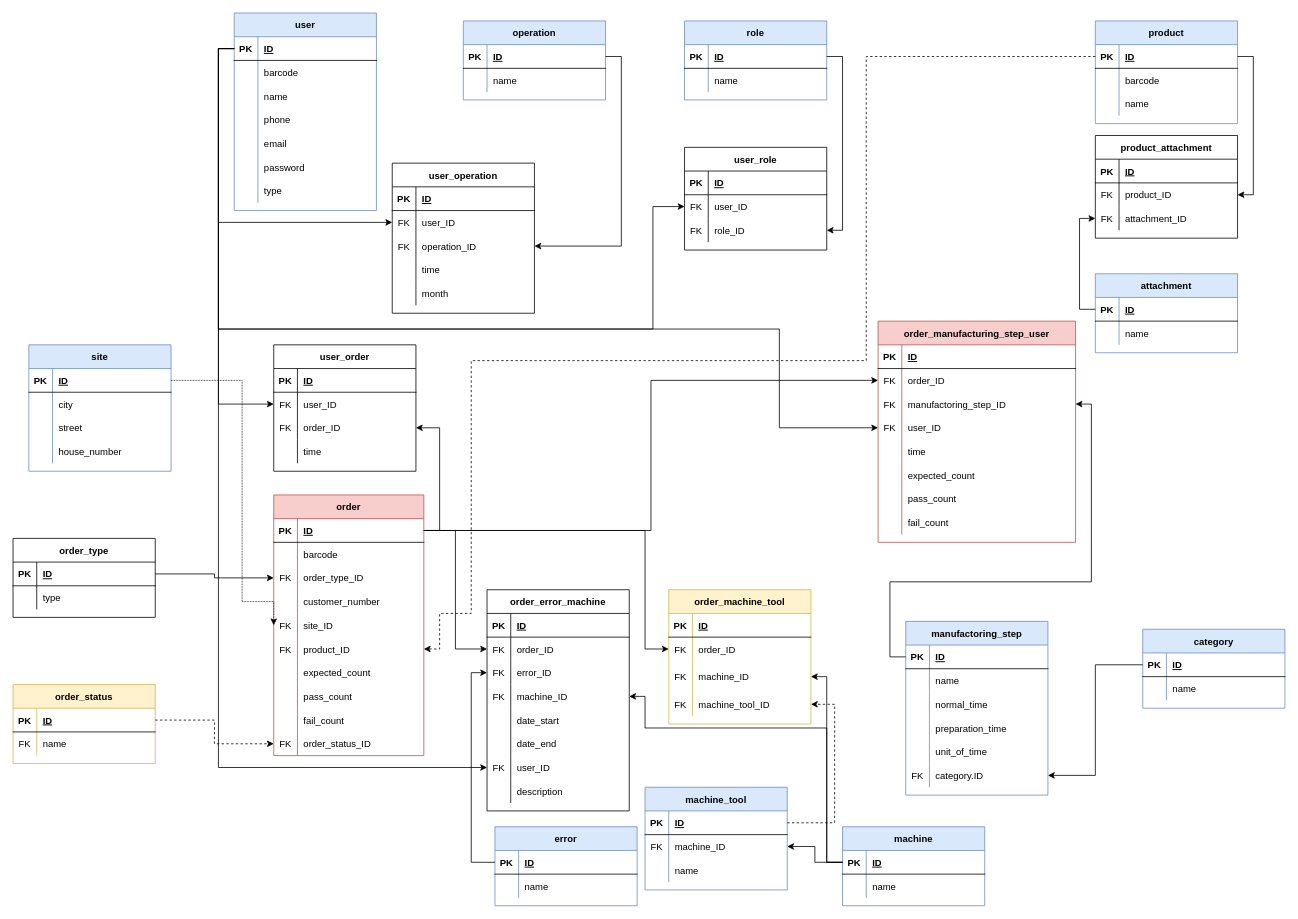
This is DOC/diagrams/database_plan_2_0_0.drawio from KerteszZoltan/mesterminal, a draw.io file, before an edit. Source tidied: cells renumbered, new cells numbered last; positions are measured from the earlier drawing's top-left corner, leaving out a move shared by most shapes. Both pictures are drawn from the tidied source at 79%, with x=0, y=0 at pixel (13, 13).
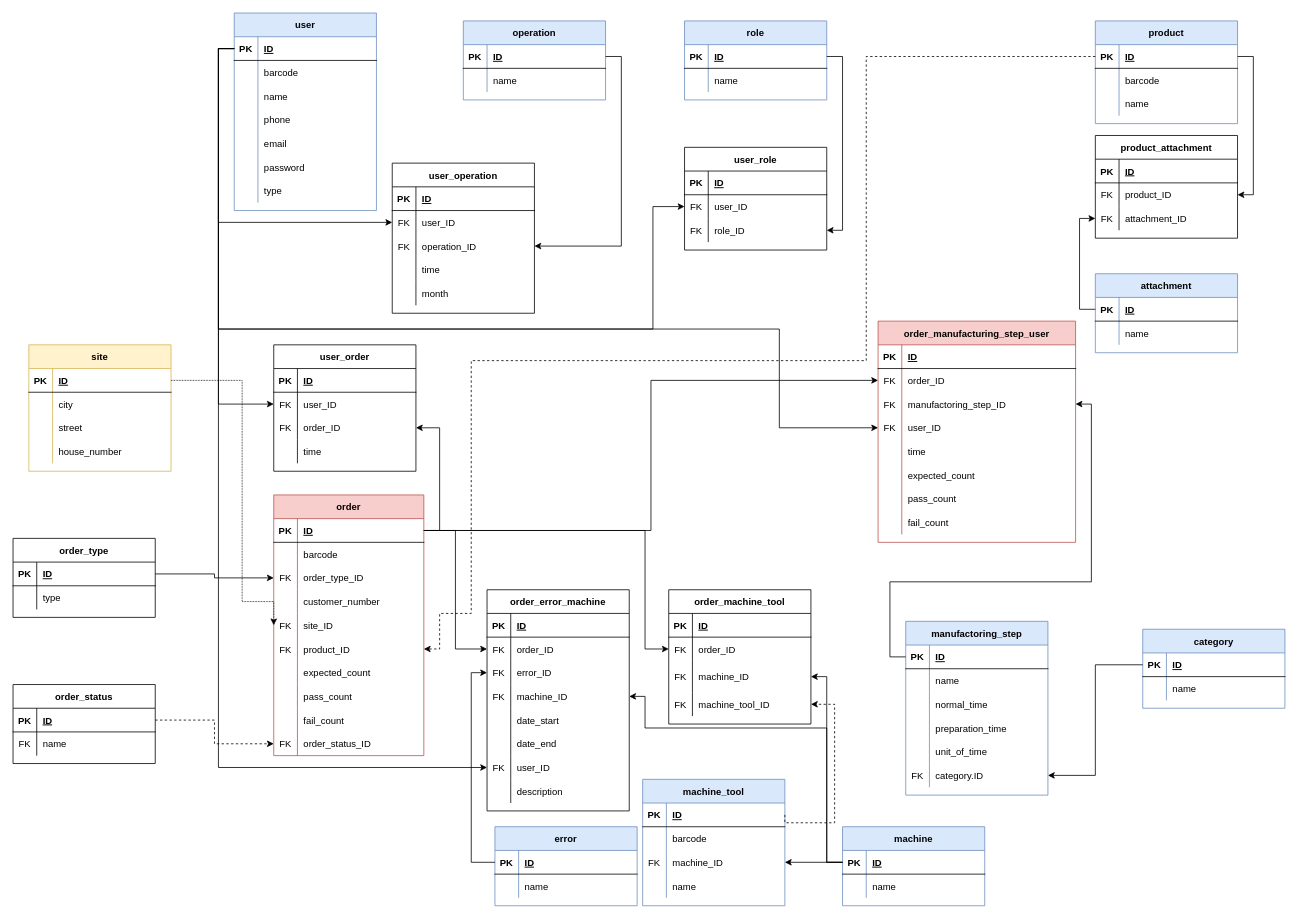
After the change.

Commit message:
machine_tool add barcode

Change to the diagram source:
```diff
@@
-    <mxCell id="155" value="order_machine_tool" style="shape=table;startSize=30;childLayout=tableLayout;rowLines=0;fontStyle=1;align=center;fillColor=#fff2cc;strokeColor=#d6b656;" parent="1" vertex="1">
+    <mxCell id="155" value="order_machine_tool" style="shape=table;startSize=30;childLayout=tableLayout;rowLines=0;fontStyle=1;align=center;" parent="1" vertex="1">
       <mxGeometry x="830" y="730" width="180" height="170" as="geometry" />
     </mxCell>
@@
-    <mxCell id="170" value="order_status" style="shape=table;startSize=30;childLayout=tableLayout;rowLines=0;fontStyle=1;align=center;fillColor=#fff2cc;strokeColor=#d6b656;" parent="1" vertex="1">
+    <mxCell id="170" value="order_status" style="shape=table;startSize=30;childLayout=tableLayout;rowLines=0;fontStyle=1;align=center;" parent="1" vertex="1">
       <mxGeometry y="850" width="180" height="100" as="geometry" />
     </mxCell>
@@
-    <mxCell id="177" value="site" style="shape=table;startSize=30;childLayout=tableLayout;rowLines=0;fontStyle=1;align=center;fillColor=#dae8fc;strokeColor=#6c8ebf;" parent="1" vertex="1">
+    <mxCell id="177" value="site" style="shape=table;startSize=30;childLayout=tableLayout;rowLines=0;fontStyle=1;align=center;fillColor=#fff2cc;strokeColor=#d6b656;" parent="1" vertex="1">
       <mxGeometry x="20" y="420" width="180" height="160" as="geometry" />
     </mxCell>
@@
     <mxCell id="275" value="machine_tool" style="shape=table;startSize=30;childLayout=tableLayout;rowLines=0;fontStyle=1;align=center;fillColor=#dae8fc;strokeColor=#6c8ebf;" parent="1" vertex="1">
-      <mxGeometry x="800" y="980" width="180" height="130" as="geometry" />
+      <mxGeometry x="797" y="970" width="180" height="160" as="geometry" />
     </mxCell>
@@
+    <mxCell id="299" style="shape=partialRectangle;fillColor=none;top=0;left=0;bottom=0;right=0;" parent="275" vertex="1">
+      <mxGeometry y="60" width="180" height="30" as="geometry" />
+    </mxCell>
+    <mxCell id="300" style="shape=partialRectangle;fillColor=none;top=0;left=0;bottom=0;right=0;overflow=hidden;" parent="299" vertex="1">
+      <mxGeometry width="30" height="30" as="geometry" />
+    </mxCell>
+    <mxCell id="301" value="barcode" style="shape=partialRectangle;fillColor=none;top=0;left=0;bottom=0;right=0;align=left;spacingLeft=6;overflow=hidden;" parent="299" vertex="1">
+      <mxGeometry x="30" width="150" height="30" as="geometry" />
+    </mxCell>
     <mxCell id="279" style="shape=partialRectangle;fillColor=none;top=0;left=0;bottom=0;right=0;points=[[0,0.5],[1,0.5]];portConstraint=eastwest;" parent="275" vertex="1">
-      <mxGeometry y="60" width="180" height="30" as="geometry" />
+      <mxGeometry y="90" width="180" height="30" as="geometry" />
     </mxCell>
@@
     <mxCell id="282" style="shape=partialRectangle;fillColor=none;top=0;left=0;bottom=0;right=0;" parent="275" vertex="1">
-      <mxGeometry y="90" width="180" height="30" as="geometry" />
+      <mxGeometry y="120" width="180" height="30" as="geometry" />
     </mxCell>
```
